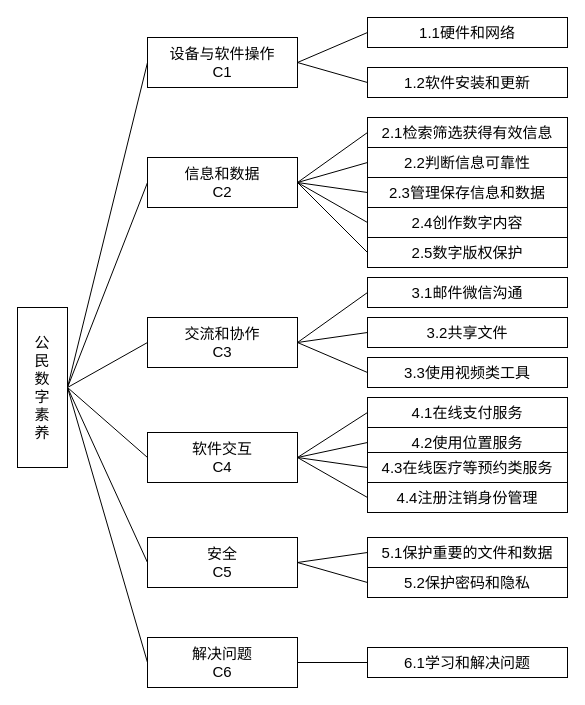
Above: digital-literacy.drawio in GreenTee-color/Documents (draw.io), before the change. Source tidied: cells renumbered, new cells numbered last; positions are measured from the earlier drawing's top-left corner, leaving out a move shared by most shapes. Both pictures are drawn from the tidied source at 100%, with x=0, y=0 at pixel (17, 17).
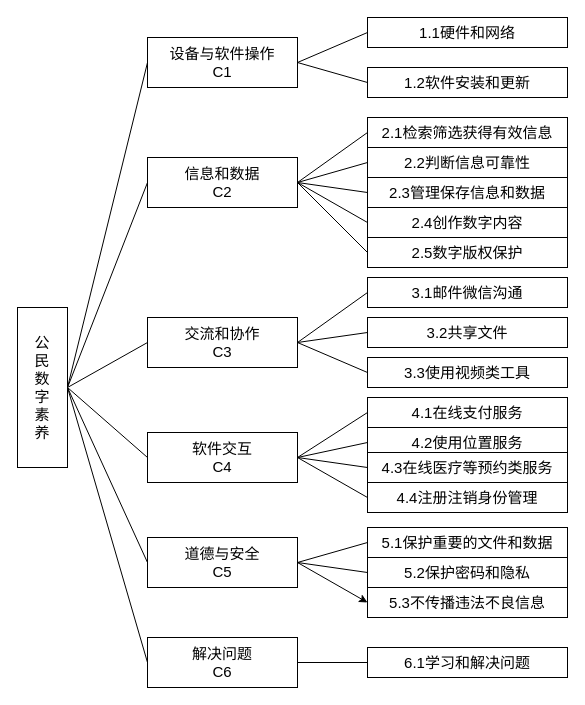
The same page after the edit.

What changed in the source:
```diff
@@
+    <mxCell id="49" style="rounded=0;jettySize=auto;html=1;entryX=0;entryY=0.5;entryDx=0;entryDy=0;exitX=1;exitY=0.5;exitDx=0;exitDy=0;" parent="1" edge="1" source="7" target="50">
+      <mxGeometry relative="1" as="geometry" />
+    </mxCell>
-    <mxCell id="7" value="安全&lt;br&gt;C5" style="rounded=0;whiteSpace=wrap;html=1;fontSize=15;" parent="1" vertex="1">
+    <mxCell id="7" value="道德与安全&lt;br&gt;C5" style="rounded=0;whiteSpace=wrap;html=1;fontSize=15;" parent="1" vertex="1">
       <mxGeometry x="130" y="520" width="150" height="50" as="geometry" />
     </mxCell>
@@
     <mxCell id="17" value="5.1保护重要的文件和数据" style="rounded=0;whiteSpace=wrap;html=1;fontSize=15;" parent="1" vertex="1">
-      <mxGeometry x="350" y="520" width="200" height="30" as="geometry" />
+      <mxGeometry x="350" y="510" width="200" height="30" as="geometry" />
     </mxCell>
     <mxCell id="18" value="5.2保护密码和隐私" style="rounded=0;whiteSpace=wrap;html=1;fontSize=15;" parent="1" vertex="1">
-      <mxGeometry x="350" y="550" width="200" height="30" as="geometry" />
+      <mxGeometry x="350" y="540" width="200" height="30" as="geometry" />
     </mxCell>
@@
+    <mxCell id="50" value="5.3不传播违法不良信息" style="rounded=0;whiteSpace=wrap;html=1;fontSize=15;" parent="1" vertex="1">
+      <mxGeometry x="350" y="570" width="200" height="30" as="geometry" />
+    </mxCell>
```
